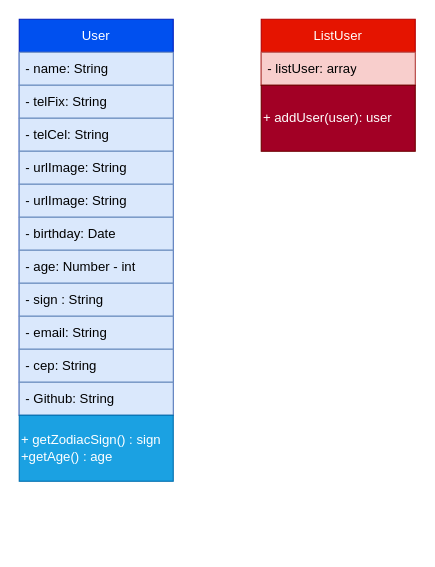
This is agenda-telefônica/assets/diagrame/diagrama.drawio from Rnchx/2tds2-projects, a draw.io file, before an edit. Source tidied: cells renumbered, new cells numbered last; positions are measured from the earlier drawing's top-left corner, leaving out a move shared by most shapes. Both pictures are drawn from the tidied source at 110%, with x=0, y=0 at pixel (19, 19).
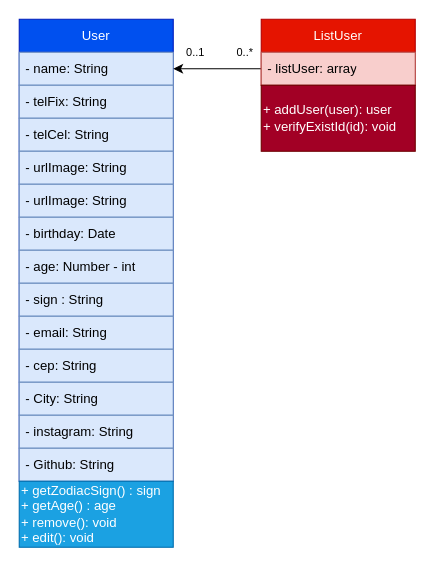
The same diagram, later.

The change refers to these unchanged cells:
```xml
<mxCell id="3" value="- name: String" style="text;strokeColor=#6c8ebf;fillColor=#dae8fc;align=left;verticalAlign=middle;spacingLeft=4;spacingRight=4;overflow=hidden;points=[[0,0.5],[1,0.5]];portConstraint=eastwest;whiteSpace=wrap;html=1;" parent="2" vertex="1">
  <mxGeometry y="30" width="140" height="30" as="geometry" />
</mxCell>
<mxCell id="15" value="ListUser" style="swimlane;fontStyle=0;horizontal=1;startSize=30;whiteSpace=wrap;html=1;fillColor=#e51400;fontColor=#ffffff;strokeColor=#B20000;" parent="1" vertex="1">
  <mxGeometry x="220" width="140" height="60" as="geometry" />
</mxCell>
```

What changed in the source:
```diff
@@
     <mxCell id="2" value="User" style="swimlane;fontStyle=0;horizontal=1;startSize=30;whiteSpace=wrap;html=1;fillColor=#0050ef;fontColor=#ffffff;strokeColor=#001DBC;" parent="1" vertex="1">
-      <mxGeometry width="140" height="360" as="geometry" />
+      <mxGeometry width="140" height="420" as="geometry" />
     </mxCell>
@@
+    <mxCell id="18" value="- cep: String" style="text;strokeColor=#6c8ebf;fillColor=#dae8fc;align=left;verticalAlign=middle;spacingLeft=4;spacingRight=4;overflow=hidden;whiteSpace=wrap;html=1;" parent="2" vertex="1">
+      <mxGeometry y="300" width="140" height="30" as="geometry" />
+    </mxCell>
-    <mxCell id="12" value="- cep: String" style="text;strokeColor=#6c8ebf;fillColor=#dae8fc;align=left;verticalAlign=middle;spacingLeft=4;spacingRight=4;overflow=hidden;whiteSpace=wrap;html=1;" parent="2" vertex="1">
-      <mxGeometry y="300" width="140" height="30" as="geometry" />
+    <mxCell id="12" value="- City: String" style="text;strokeColor=#6c8ebf;fillColor=#dae8fc;align=left;verticalAlign=middle;spacingLeft=4;spacingRight=4;overflow=hidden;whiteSpace=wrap;html=1;" parent="2" vertex="1">
+      <mxGeometry y="330" width="140" height="30" as="geometry" />
     </mxCell>
+    <mxCell id="19" value="- instagram: String" style="text;strokeColor=#6c8ebf;fillColor=#dae8fc;align=left;verticalAlign=middle;spacingLeft=4;spacingRight=4;overflow=hidden;whiteSpace=wrap;html=1;" parent="2" vertex="1">
+      <mxGeometry y="360" width="140" height="30" as="geometry" />
+    </mxCell>
     <mxCell id="13" value="- Github: String" style="text;strokeColor=#6c8ebf;fillColor=#dae8fc;align=left;verticalAlign=middle;spacingLeft=4;spacingRight=4;overflow=hidden;whiteSpace=wrap;html=1;" parent="2" vertex="1">
-      <mxGeometry y="330" width="140" height="30" as="geometry" />
+      <mxGeometry y="390" width="140" height="30" as="geometry" />
     </mxCell>
-    <mxCell id="14" value="+ getZodiacSign() : sign&lt;br&gt;+getAge() : age" style="rounded=0;whiteSpace=wrap;html=1;fillColor=#1ba1e2;align=left;fontColor=#ffffff;strokeColor=#006EAF;" parent="1" vertex="1">
-      <mxGeometry y="360" width="140" height="60" as="geometry" />
+    <mxCell id="14" value="+ getZodiacSign() : sign&lt;br&gt;+ getAge() : age&lt;br&gt;+ remove(): void&lt;br&gt;+ edit(): void" style="rounded=0;whiteSpace=wrap;html=1;fillColor=#1ba1e2;align=left;fontColor=#ffffff;strokeColor=#006EAF;" parent="1" vertex="1">
+      <mxGeometry y="420" width="140" height="60" as="geometry" />
     </mxCell>
+    <mxCell id="20" style="edgeStyle=none;html=1;exitX=0;exitY=0.75;exitDx=0;exitDy=0;entryX=1;entryY=0.5;entryDx=0;entryDy=0;" parent="1" edge="1" source="15" target="3">
+      <mxGeometry relative="1" as="geometry" />
+    </mxCell>
@@
-    <mxCell id="17" value="+ addUser(user): user" style="rounded=0;whiteSpace=wrap;html=1;fillColor=#a20025;align=left;fontColor=#ffffff;strokeColor=#6F0000;" parent="1" vertex="1">
+    <mxCell id="17" value="+ addUser(user): user&lt;br&gt;+ verifyExistId(id): void" style="rounded=0;whiteSpace=wrap;html=1;fillColor=#a20025;align=left;fontColor=#ffffff;strokeColor=#6F0000;" parent="1" vertex="1">
       <mxGeometry x="220" y="60" width="140" height="60" as="geometry" />
     </mxCell>
+    <mxCell id="21" value="&lt;font size=&quot;1&quot;&gt;0..*&lt;/font&gt;" style="text;html=1;align=center;verticalAlign=middle;strokeColor=none;fillColor=none;fontSize=10;" parent="1" vertex="1">
+      <mxGeometry x="185" y="15" width="40" height="30" as="geometry" />
+    </mxCell>
+    <mxCell id="22" value="&lt;font size=&quot;1&quot;&gt;0..1&lt;/font&gt;" style="text;html=1;align=center;verticalAlign=middle;strokeColor=none;fillColor=none;fontSize=10;" parent="1" vertex="1">
+      <mxGeometry x="140" y="15" width="40" height="30" as="geometry" />
+    </mxCell>
```
